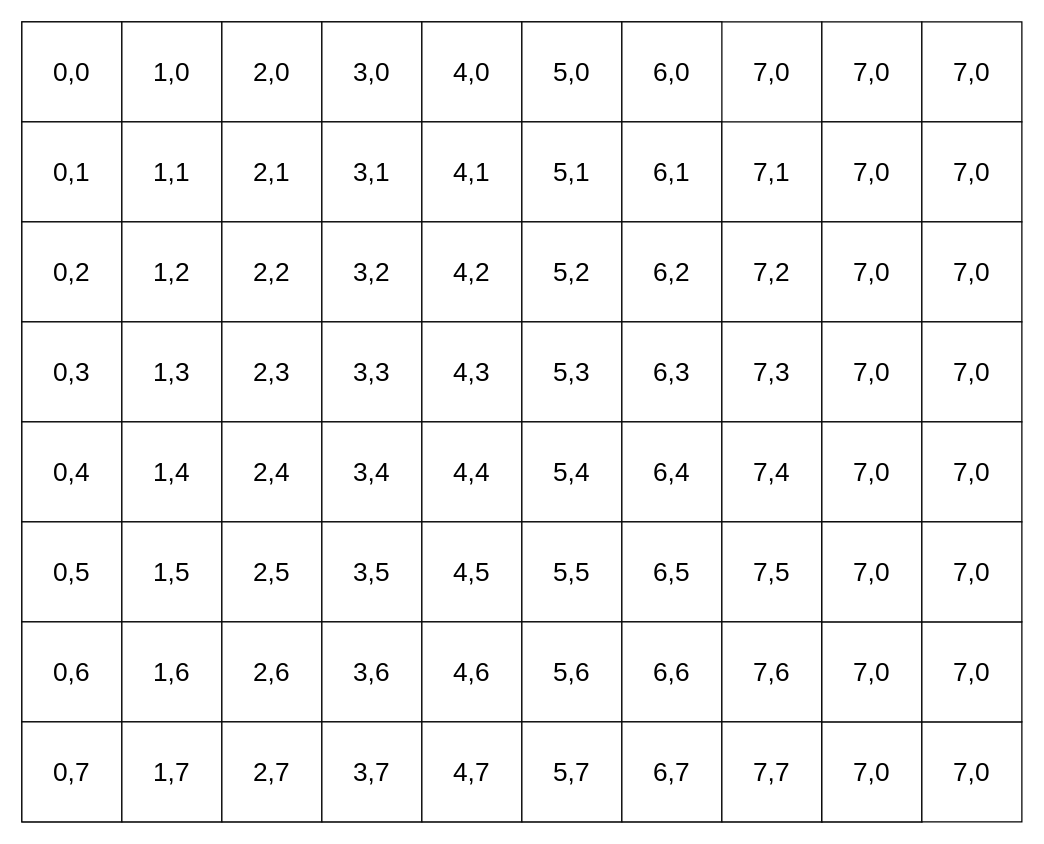
Before: page "Page-3" (3 of 4) of Untitled Diagram.drawio in KevinCordoba/RepositoriodeDiagramas, a draw.io diagram. Source tidied: cells renumbered, new cells numbered last; positions are measured from the earlier drawing's top-left corner, leaving out a move shared by most shapes. Both pictures are drawn from the tidied source at 125%, with x=0, y=0 at pixel (21, 21).
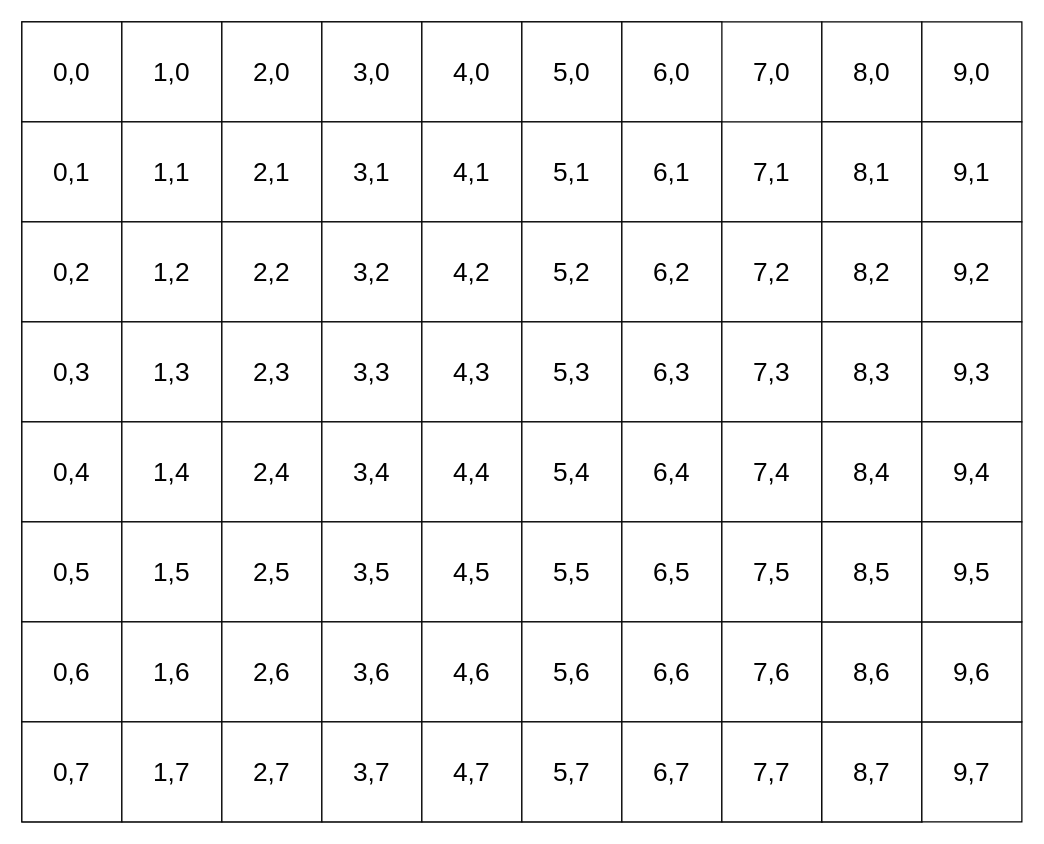
The same page after the edit.

Diff of the diagram source:
```diff
@@
-    <mxCell id="141" value="&lt;p&gt;&lt;font style=&quot;font-size: 21px&quot;&gt;7,0&lt;/font&gt;&lt;/p&gt;" style="text;html=1;strokeColor=none;fillColor=none;align=center;verticalAlign=middle;whiteSpace=wrap;rounded=0;" parent="1" vertex="1">
+    <mxCell id="141" value="&lt;p&gt;&lt;font style=&quot;font-size: 21px&quot;&gt;8,0&lt;/font&gt;&lt;/p&gt;" style="text;html=1;strokeColor=none;fillColor=none;align=center;verticalAlign=middle;whiteSpace=wrap;rounded=0;" parent="1" vertex="1">
       <mxGeometry x="660" y="30" width="40" height="20" as="geometry" />
     </mxCell>
-    <mxCell id="142" value="&lt;p&gt;&lt;font style=&quot;font-size: 21px&quot;&gt;7,0&lt;/font&gt;&lt;/p&gt;" style="text;html=1;strokeColor=none;fillColor=none;align=center;verticalAlign=middle;whiteSpace=wrap;rounded=0;" parent="1" vertex="1">
+    <mxCell id="142" value="&lt;p&gt;&lt;font style=&quot;font-size: 21px&quot;&gt;8,1&lt;/font&gt;&lt;/p&gt;" style="text;html=1;strokeColor=none;fillColor=none;align=center;verticalAlign=middle;whiteSpace=wrap;rounded=0;" parent="1" vertex="1">
       <mxGeometry x="660" y="110" width="40" height="20" as="geometry" />
     </mxCell>
-    <mxCell id="143" value="&lt;p&gt;&lt;font style=&quot;font-size: 21px&quot;&gt;7,0&lt;/font&gt;&lt;/p&gt;" style="text;html=1;strokeColor=none;fillColor=none;align=center;verticalAlign=middle;whiteSpace=wrap;rounded=0;" parent="1" vertex="1">
+    <mxCell id="143" value="&lt;p&gt;&lt;font style=&quot;font-size: 21px&quot;&gt;8,2&lt;/font&gt;&lt;/p&gt;" style="text;html=1;strokeColor=none;fillColor=none;align=center;verticalAlign=middle;whiteSpace=wrap;rounded=0;" parent="1" vertex="1">
       <mxGeometry x="660" y="190" width="40" height="20" as="geometry" />
     </mxCell>
-    <mxCell id="144" value="&lt;p&gt;&lt;font style=&quot;font-size: 21px&quot;&gt;7,0&lt;/font&gt;&lt;/p&gt;" style="text;html=1;strokeColor=none;fillColor=none;align=center;verticalAlign=middle;whiteSpace=wrap;rounded=0;" parent="1" vertex="1">
+    <mxCell id="144" value="&lt;p&gt;&lt;font style=&quot;font-size: 21px&quot;&gt;8,3&lt;/font&gt;&lt;/p&gt;" style="text;html=1;strokeColor=none;fillColor=none;align=center;verticalAlign=middle;whiteSpace=wrap;rounded=0;" parent="1" vertex="1">
       <mxGeometry x="660" y="270" width="40" height="20" as="geometry" />
     </mxCell>
-    <mxCell id="145" value="&lt;p&gt;&lt;font style=&quot;font-size: 21px&quot;&gt;7,0&lt;/font&gt;&lt;/p&gt;" style="text;html=1;strokeColor=none;fillColor=none;align=center;verticalAlign=middle;whiteSpace=wrap;rounded=0;" parent="1" vertex="1">
+    <mxCell id="145" value="&lt;p&gt;&lt;font style=&quot;font-size: 21px&quot;&gt;8,4&lt;/font&gt;&lt;/p&gt;" style="text;html=1;strokeColor=none;fillColor=none;align=center;verticalAlign=middle;whiteSpace=wrap;rounded=0;" parent="1" vertex="1">
       <mxGeometry x="660" y="350" width="40" height="20" as="geometry" />
     </mxCell>
-    <mxCell id="146" value="&lt;p&gt;&lt;font style=&quot;font-size: 21px&quot;&gt;7,0&lt;/font&gt;&lt;/p&gt;" style="text;html=1;strokeColor=none;fillColor=none;align=center;verticalAlign=middle;whiteSpace=wrap;rounded=0;" parent="1" vertex="1">
+    <mxCell id="146" value="&lt;p&gt;&lt;font style=&quot;font-size: 21px&quot;&gt;8,5&lt;/font&gt;&lt;/p&gt;" style="text;html=1;strokeColor=none;fillColor=none;align=center;verticalAlign=middle;whiteSpace=wrap;rounded=0;" parent="1" vertex="1">
       <mxGeometry x="660" y="430" width="40" height="20" as="geometry" />
     </mxCell>
-    <mxCell id="147" value="&lt;p&gt;&lt;font style=&quot;font-size: 21px&quot;&gt;7,0&lt;/font&gt;&lt;/p&gt;" style="text;html=1;strokeColor=none;fillColor=none;align=center;verticalAlign=middle;whiteSpace=wrap;rounded=0;" parent="1" vertex="1">
+    <mxCell id="147" value="&lt;p&gt;&lt;font style=&quot;font-size: 21px&quot;&gt;8,6&lt;/font&gt;&lt;/p&gt;" style="text;html=1;strokeColor=none;fillColor=none;align=center;verticalAlign=middle;whiteSpace=wrap;rounded=0;" parent="1" vertex="1">
       <mxGeometry x="660" y="510" width="40" height="20" as="geometry" />
     </mxCell>
-    <mxCell id="148" value="&lt;p&gt;&lt;font style=&quot;font-size: 21px&quot;&gt;7,0&lt;/font&gt;&lt;/p&gt;" style="text;html=1;strokeColor=none;fillColor=none;align=center;verticalAlign=middle;whiteSpace=wrap;rounded=0;" parent="1" vertex="1">
+    <mxCell id="148" value="&lt;p&gt;&lt;font style=&quot;font-size: 21px&quot;&gt;8,7&lt;/font&gt;&lt;/p&gt;" style="text;html=1;strokeColor=none;fillColor=none;align=center;verticalAlign=middle;whiteSpace=wrap;rounded=0;" parent="1" vertex="1">
       <mxGeometry x="660" y="590" width="40" height="20" as="geometry" />
     </mxCell>
@@
-    <mxCell id="157" value="&lt;p&gt;&lt;font style=&quot;font-size: 21px&quot;&gt;7,0&lt;/font&gt;&lt;/p&gt;" style="text;html=1;strokeColor=none;fillColor=none;align=center;verticalAlign=middle;whiteSpace=wrap;rounded=0;" parent="1" vertex="1">
+    <mxCell id="157" value="&lt;p&gt;&lt;font style=&quot;font-size: 21px&quot;&gt;9,0&lt;/font&gt;&lt;/p&gt;" style="text;html=1;strokeColor=none;fillColor=none;align=center;verticalAlign=middle;whiteSpace=wrap;rounded=0;" parent="1" vertex="1">
       <mxGeometry x="740" y="30" width="40" height="20" as="geometry" />
     </mxCell>
-    <mxCell id="158" value="&lt;p&gt;&lt;font style=&quot;font-size: 21px&quot;&gt;7,0&lt;/font&gt;&lt;/p&gt;" style="text;html=1;strokeColor=none;fillColor=none;align=center;verticalAlign=middle;whiteSpace=wrap;rounded=0;" parent="1" vertex="1">
+    <mxCell id="158" value="&lt;p&gt;&lt;font style=&quot;font-size: 21px&quot;&gt;9,1&lt;/font&gt;&lt;/p&gt;" style="text;html=1;strokeColor=none;fillColor=none;align=center;verticalAlign=middle;whiteSpace=wrap;rounded=0;" parent="1" vertex="1">
       <mxGeometry x="740" y="110" width="40" height="20" as="geometry" />
     </mxCell>
-    <mxCell id="159" value="&lt;p&gt;&lt;font style=&quot;font-size: 21px&quot;&gt;7,0&lt;/font&gt;&lt;/p&gt;" style="text;html=1;strokeColor=none;fillColor=none;align=center;verticalAlign=middle;whiteSpace=wrap;rounded=0;" parent="1" vertex="1">
+    <mxCell id="159" value="&lt;p&gt;&lt;font style=&quot;font-size: 21px&quot;&gt;9,2&lt;/font&gt;&lt;/p&gt;" style="text;html=1;strokeColor=none;fillColor=none;align=center;verticalAlign=middle;whiteSpace=wrap;rounded=0;" parent="1" vertex="1">
       <mxGeometry x="740" y="190" width="40" height="20" as="geometry" />
     </mxCell>
-    <mxCell id="160" value="&lt;p&gt;&lt;font style=&quot;font-size: 21px&quot;&gt;7,0&lt;/font&gt;&lt;/p&gt;" style="text;html=1;strokeColor=none;fillColor=none;align=center;verticalAlign=middle;whiteSpace=wrap;rounded=0;" parent="1" vertex="1">
+    <mxCell id="160" value="&lt;p&gt;&lt;font style=&quot;font-size: 21px&quot;&gt;9,3&lt;/font&gt;&lt;/p&gt;" style="text;html=1;strokeColor=none;fillColor=none;align=center;verticalAlign=middle;whiteSpace=wrap;rounded=0;" parent="1" vertex="1">
       <mxGeometry x="740" y="270" width="40" height="20" as="geometry" />
     </mxCell>
-    <mxCell id="161" value="&lt;p&gt;&lt;font style=&quot;font-size: 21px&quot;&gt;7,0&lt;/font&gt;&lt;/p&gt;" style="text;html=1;strokeColor=none;fillColor=none;align=center;verticalAlign=middle;whiteSpace=wrap;rounded=0;" parent="1" vertex="1">
+    <mxCell id="161" value="&lt;p&gt;&lt;font style=&quot;font-size: 21px&quot;&gt;9,4&lt;/font&gt;&lt;/p&gt;" style="text;html=1;strokeColor=none;fillColor=none;align=center;verticalAlign=middle;whiteSpace=wrap;rounded=0;" parent="1" vertex="1">
       <mxGeometry x="740" y="350" width="40" height="20" as="geometry" />
     </mxCell>
-    <mxCell id="162" value="&lt;p&gt;&lt;font style=&quot;font-size: 21px&quot;&gt;7,0&lt;/font&gt;&lt;/p&gt;" style="text;html=1;strokeColor=none;fillColor=none;align=center;verticalAlign=middle;whiteSpace=wrap;rounded=0;" parent="1" vertex="1">
+    <mxCell id="162" value="&lt;p&gt;&lt;font style=&quot;font-size: 21px&quot;&gt;9,5&lt;/font&gt;&lt;/p&gt;" style="text;html=1;strokeColor=none;fillColor=none;align=center;verticalAlign=middle;whiteSpace=wrap;rounded=0;" parent="1" vertex="1">
       <mxGeometry x="740" y="430" width="40" height="20" as="geometry" />
     </mxCell>
-    <mxCell id="163" value="&lt;p&gt;&lt;font style=&quot;font-size: 21px&quot;&gt;7,0&lt;/font&gt;&lt;/p&gt;" style="text;html=1;strokeColor=none;fillColor=none;align=center;verticalAlign=middle;whiteSpace=wrap;rounded=0;" parent="1" vertex="1">
+    <mxCell id="163" value="&lt;p&gt;&lt;font style=&quot;font-size: 21px&quot;&gt;9,6&lt;/font&gt;&lt;/p&gt;" style="text;html=1;strokeColor=none;fillColor=none;align=center;verticalAlign=middle;whiteSpace=wrap;rounded=0;" parent="1" vertex="1">
       <mxGeometry x="740" y="510" width="40" height="20" as="geometry" />
     </mxCell>
-    <mxCell id="164" value="&lt;p&gt;&lt;font style=&quot;font-size: 21px&quot;&gt;7,0&lt;/font&gt;&lt;/p&gt;" style="text;html=1;strokeColor=none;fillColor=none;align=center;verticalAlign=middle;whiteSpace=wrap;rounded=0;" parent="1" vertex="1">
+    <mxCell id="164" value="&lt;p&gt;&lt;font style=&quot;font-size: 21px&quot;&gt;9,7&lt;/font&gt;&lt;/p&gt;" style="text;html=1;strokeColor=none;fillColor=none;align=center;verticalAlign=middle;whiteSpace=wrap;rounded=0;" parent="1" vertex="1">
       <mxGeometry x="740" y="590" width="40" height="20" as="geometry" />
     </mxCell>
```
